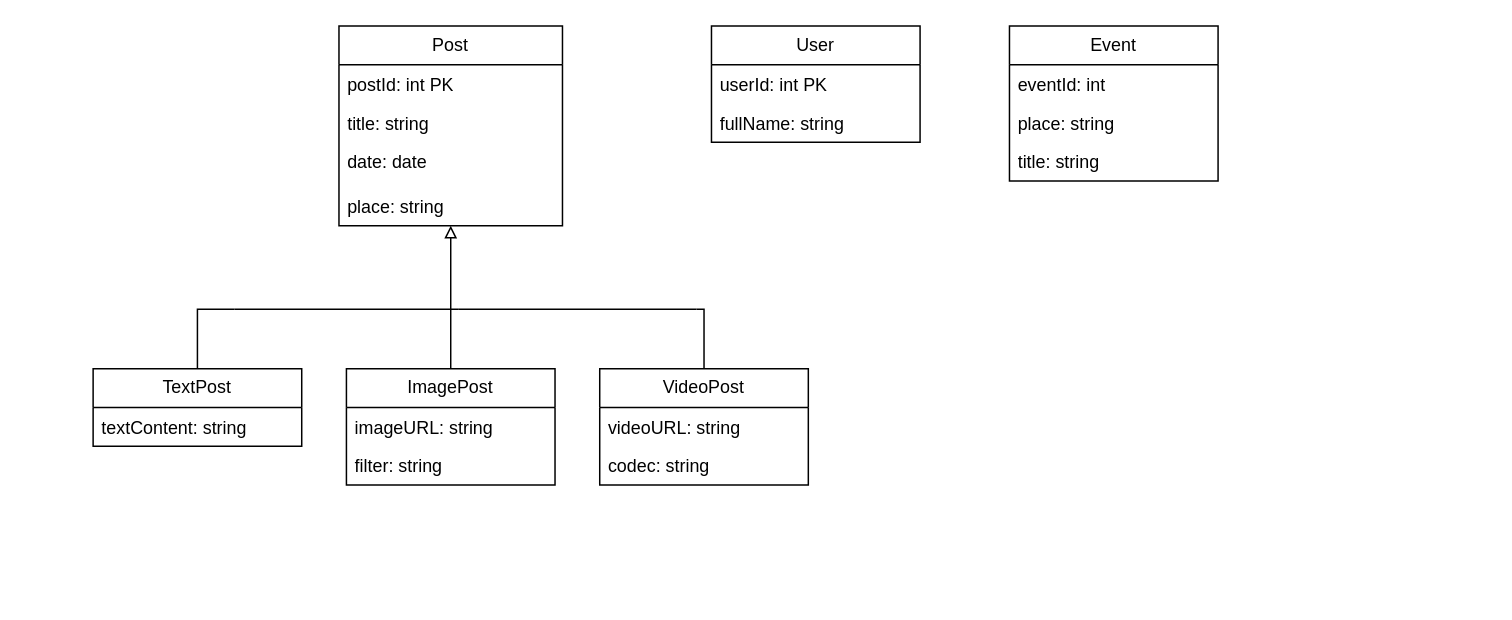
Alvinn8/DD1368 keeps this draw.io diagram as Homework 1 P plus.drawio. Above is the earlier version. Source tidied: cells renumbered, new cells numbered last; positions are measured from the earlier drawing's top-left corner, leaving out a move shared by most shapes. Both pictures are drawn from the tidied source at 149%, with x=0, y=0 at pixel (92, 25).
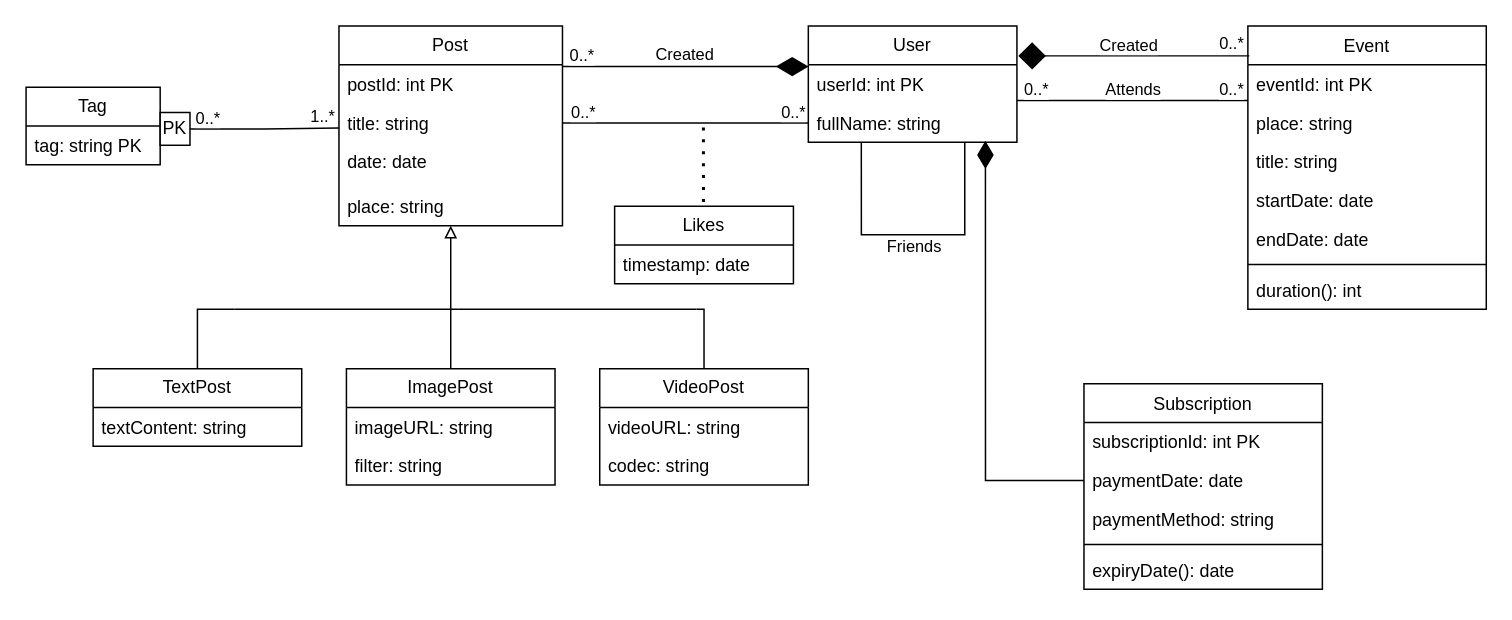
The same page after the edit.

Unchanged cells that the change refers to:
```xml
<mxCell id="2" value="Post" style="swimlane;fontStyle=0;horizontal=1;startSize=26;fillColor=none;whiteSpace=wrap;html=1;" parent="1" vertex="1">
  <mxGeometry x="165" width="150" height="134" as="geometry" />
</mxCell>
<mxCell id="4" value="title: string" style="text;strokeColor=none;fillColor=none;align=left;verticalAlign=top;spacingLeft=4;spacingRight=4;overflow=hidden;points=[[0,0.5],[1,0.5]];portConstraint=eastwest;whiteSpace=wrap;html=1;" parent="2" vertex="1">
  <mxGeometry y="52" width="150" height="26" as="geometry" />
</mxCell>
<mxCell id="21" value="userId: int PK" style="text;strokeColor=none;fillColor=none;align=left;verticalAlign=top;spacingLeft=4;spacingRight=4;overflow=hidden;points=[[0,0.5],[1,0.5]];portConstraint=eastwest;whiteSpace=wrap;html=1;" parent="20" vertex="1">
  <mxGeometry y="26" width="140" height="26" as="geometry" />
</mxCell>
<mxCell id="22" value="fullName: string" style="text;strokeColor=none;fillColor=none;align=left;verticalAlign=top;spacingLeft=4;spacingRight=4;overflow=hidden;points=[[0,0.5],[1,0.5]];portConstraint=eastwest;whiteSpace=wrap;html=1;" parent="20" vertex="1">
  <mxGeometry y="52" width="140" height="26" as="geometry" />
</mxCell>
```

What changed in the source:
```diff
@@
     <mxCell id="20" value="User" style="swimlane;fontStyle=0;horizontal=1;startSize=26;fillColor=none;whiteSpace=wrap;html=1;" parent="1" vertex="1">
-      <mxGeometry x="415" width="140" height="78" as="geometry" />
+      <mxGeometry x="480" width="140" height="78" as="geometry" />
     </mxCell>
@@
+    <mxCell id="27" style="edgeStyle=orthogonalEdgeStyle;rounded=0;jettySize=auto;html=1;entryX=0.254;entryY=0.992;entryDx=0;entryDy=0;entryPerimeter=0;endArrow=none;endFill=0;" parent="20" edge="1" source="20" target="22">
+      <mxGeometry relative="1" as="geometry">
+        <Array as="points">
+          <mxPoint x="105" y="140" />
+          <mxPoint x="36" y="140" />
+        </Array>
+      </mxGeometry>
+    </mxCell>
+    <mxCell id="28" value="Friends" style="edgeLabel;html=1;align=center;verticalAlign=middle;" parent="27" vertex="1">
+      <mxGeometry x="0.09" relative="1" as="geometry">
+        <mxPoint x="9" y="7" as="offset" />
+      </mxGeometry>
+    </mxCell>
-    <mxCell id="23" value="Event" style="swimlane;fontStyle=0;horizontal=1;startSize=26;fillColor=none;whiteSpace=wrap;html=1;" parent="1" vertex="1">
-      <mxGeometry x="615" width="140" height="104" as="geometry" />
+    <mxCell id="23" value="&lt;span style=&quot;font-weight: normal;&quot;&gt;Event&lt;/span&gt;" style="swimlane;fontStyle=1;align=center;verticalAlign=top;horizontal=1;startSize=26;whiteSpace=wrap;html=1;" parent="1" vertex="1">
+      <mxGeometry x="775" width="160" height="190" as="geometry" />
     </mxCell>
-    <mxCell id="24" value="eventId: int" style="text;strokeColor=none;fillColor=none;align=left;verticalAlign=top;spacingLeft=4;spacingRight=4;overflow=hidden;whiteSpace=wrap;html=1;" parent="23" vertex="1">
-      <mxGeometry y="26" width="140" height="26" as="geometry" />
-    </mxCell>
+    <mxCell id="29" value="eventId: int PK" style="text;strokeColor=none;fillColor=none;align=left;verticalAlign=top;spacingLeft=4;spacingRight=4;overflow=hidden;whiteSpace=wrap;html=1;" parent="23" vertex="1">
+      <mxGeometry y="26" width="160" height="26" as="geometry" />
+    </mxCell>
     <mxCell id="25" value="place: string" style="text;strokeColor=none;fillColor=none;align=left;verticalAlign=top;spacingLeft=4;spacingRight=4;overflow=hidden;whiteSpace=wrap;html=1;" parent="23" vertex="1">
-      <mxGeometry y="52" width="140" height="26" as="geometry" />
+      <mxGeometry y="52" width="160" height="26" as="geometry" />
     </mxCell>
     <mxCell id="26" value="title: string" style="text;strokeColor=none;fillColor=none;align=left;verticalAlign=top;spacingLeft=4;spacingRight=4;overflow=hidden;whiteSpace=wrap;html=1;" parent="23" vertex="1">
-      <mxGeometry y="78" width="140" height="26" as="geometry" />
+      <mxGeometry y="78" width="160" height="26" as="geometry" />
     </mxCell>
+    <mxCell id="30" value="startDate: date" style="text;strokeColor=none;fillColor=none;align=left;verticalAlign=top;spacingLeft=4;spacingRight=4;overflow=hidden;whiteSpace=wrap;html=1;" parent="23" vertex="1">
+      <mxGeometry y="104" width="160" height="26" as="geometry" />
+    </mxCell>
+    <mxCell id="31" value="endDate: date" style="text;strokeColor=none;fillColor=none;align=left;verticalAlign=top;spacingLeft=4;spacingRight=4;overflow=hidden;whiteSpace=wrap;html=1;" parent="23" vertex="1">
+      <mxGeometry y="130" width="160" height="26" as="geometry" />
+    </mxCell>
+    <mxCell id="32" style="line;strokeWidth=1;fillColor=none;align=left;verticalAlign=middle;spacingTop=-1;spacingLeft=3;spacingRight=3;labelPosition=right;strokeColor=inherit;" parent="23" vertex="1">
+      <mxGeometry y="156" width="160" height="8" as="geometry" />
+    </mxCell>
+    <mxCell id="33" value="duration(): int" style="text;strokeColor=none;fillColor=none;align=left;verticalAlign=top;spacingLeft=4;spacingRight=4;overflow=hidden;whiteSpace=wrap;html=1;" parent="23" vertex="1">
+      <mxGeometry y="164" width="160" height="26" as="geometry" />
+    </mxCell>
+    <mxCell id="34" value="&lt;span style=&quot;font-weight: normal;&quot;&gt;Subscription&lt;/span&gt;" style="swimlane;fontStyle=1;align=center;verticalAlign=top;horizontal=1;startSize=26;whiteSpace=wrap;html=1;" parent="1" vertex="1">
+      <mxGeometry x="665" y="240" width="160" height="138" as="geometry" />
+    </mxCell>
+    <mxCell id="35" value="subscriptionId: int PK" style="text;strokeColor=none;fillColor=none;align=left;verticalAlign=top;spacingLeft=4;spacingRight=4;overflow=hidden;whiteSpace=wrap;html=1;" parent="34" vertex="1">
+      <mxGeometry y="26" width="160" height="26" as="geometry" />
+    </mxCell>
+    <mxCell id="36" value="paymentDate: date" style="text;strokeColor=none;fillColor=none;align=left;verticalAlign=top;spacingLeft=4;spacingRight=4;overflow=hidden;points=[[0,0.5],[1,0.5]];portConstraint=eastwest;whiteSpace=wrap;html=1;" parent="34" vertex="1">
+      <mxGeometry y="52" width="160" height="26" as="geometry" />
+    </mxCell>
+    <mxCell id="37" value="paymentMethod: string" style="text;strokeColor=none;fillColor=none;align=left;verticalAlign=top;spacingLeft=4;spacingRight=4;overflow=hidden;whiteSpace=wrap;html=1;" parent="34" vertex="1">
+      <mxGeometry y="78" width="160" height="26" as="geometry" />
+    </mxCell>
+    <mxCell id="38" style="line;strokeWidth=1;fillColor=none;align=left;verticalAlign=middle;spacingTop=-1;spacingLeft=3;spacingRight=3;labelPosition=right;strokeColor=inherit;" parent="34" vertex="1">
+      <mxGeometry y="104" width="160" height="8" as="geometry" />
+    </mxCell>
+    <mxCell id="39" value="expiryDate(): date" style="text;strokeColor=none;fillColor=none;align=left;verticalAlign=top;spacingLeft=4;spacingRight=4;overflow=hidden;whiteSpace=wrap;html=1;" parent="34" vertex="1">
+      <mxGeometry y="112" width="160" height="26" as="geometry" />
+    </mxCell>
+    <mxCell id="40" style="edgeStyle=orthogonalEdgeStyle;rounded=0;jettySize=auto;html=1;entryX=0.001;entryY=0.045;entryDx=0;entryDy=0;entryPerimeter=0;endArrow=diamondThin;endFill=1;endSize=19;" parent="1" edge="1" source="2" target="21">
+      <mxGeometry relative="1" as="geometry">
+        <Array as="points">
+          <mxPoint x="375" y="27" />
+        </Array>
+      </mxGeometry>
+    </mxCell>
+    <mxCell id="41" value="Created" style="edgeLabel;html=1;align=center;verticalAlign=middle;" parent="40" vertex="1">
+      <mxGeometry x="-0.19" y="2" relative="1" as="geometry">
+        <mxPoint x="15" y="-7" as="offset" />
+      </mxGeometry>
+    </mxCell>
+    <mxCell id="42" value="0..*" style="edgeLabel;html=1;align=center;verticalAlign=middle;" parent="40" vertex="1">
+      <mxGeometry x="-0.91" y="1" relative="1" as="geometry">
+        <mxPoint x="5" y="-7" as="offset" />
+      </mxGeometry>
+    </mxCell>
+    <mxCell id="43" style="edgeStyle=orthogonalEdgeStyle;rounded=0;jettySize=auto;html=1;entryX=0;entryY=0.5;entryDx=0;entryDy=0;endArrow=none;endFill=0;" parent="1" edge="1" source="4" target="22">
+      <mxGeometry relative="1" as="geometry" />
+    </mxCell>
+    <mxCell id="44" value="0..*" style="edgeLabel;html=1;align=center;verticalAlign=middle;" parent="43" vertex="1">
+      <mxGeometry x="-0.88" y="3" relative="1" as="geometry">
+        <mxPoint x="3" y="-5" as="offset" />
+      </mxGeometry>
+    </mxCell>
+    <mxCell id="45" value="0..*" style="edgeLabel;html=1;align=center;verticalAlign=middle;" parent="43" vertex="1">
+      <mxGeometry x="0.9" y="1" relative="1" as="geometry">
+        <mxPoint x="-3" y="-7" as="offset" />
+      </mxGeometry>
+    </mxCell>
+    <mxCell id="46" style="endArrow=none;dashed=1;html=1;dashPattern=1 3;strokeWidth=2;rounded=0;" parent="1" edge="1">
+      <mxGeometry relative="1" as="geometry">
+        <mxPoint x="409.6" y="118" as="sourcePoint" />
+        <mxPoint x="409.6" y="68" as="targetPoint" />
+      </mxGeometry>
+    </mxCell>
+    <mxCell id="47" value="Likes" style="swimlane;fontStyle=0;horizontal=1;startSize=26;fillColor=none;whiteSpace=wrap;html=1;" parent="1" vertex="1">
+      <mxGeometry x="350" y="121" width="120" height="52" as="geometry" />
+    </mxCell>
+    <mxCell id="48" value="timestamp: date" style="text;strokeColor=none;fillColor=none;align=left;verticalAlign=top;spacingLeft=4;spacingRight=4;overflow=hidden;whiteSpace=wrap;html=1;" parent="47" vertex="1">
+      <mxGeometry y="26" width="120" height="26" as="geometry" />
+    </mxCell>
+    <mxCell id="49" value="Tag" style="swimlane;fontStyle=0;horizontal=1;startSize=26;fillColor=none;whiteSpace=wrap;html=1;" parent="1" vertex="1">
+      <mxGeometry x="-45" y="41" width="90" height="52" as="geometry" />
+    </mxCell>
+    <mxCell id="50" value="tag: string PK" style="text;strokeColor=none;fillColor=none;align=left;verticalAlign=top;spacingLeft=4;spacingRight=4;overflow=hidden;whiteSpace=wrap;html=1;" parent="49" vertex="1">
+      <mxGeometry y="26" width="90" height="26" as="geometry" />
+    </mxCell>
+    <mxCell id="51" value="PK" style="rounded=0;whiteSpace=wrap;html=1;" parent="1" vertex="1">
+      <mxGeometry x="45" y="58" width="20" height="22" as="geometry" />
+    </mxCell>
+    <mxCell id="52" style="edgeStyle=orthogonalEdgeStyle;rounded=0;jettySize=auto;html=1;entryX=0.001;entryY=0.628;entryDx=0;entryDy=0;entryPerimeter=0;endArrow=none;endFill=0;" parent="1" edge="1" source="51" target="4">
+      <mxGeometry relative="1" as="geometry" />
+    </mxCell>
+    <mxCell id="53" value="0..*" style="edgeLabel;html=1;align=center;verticalAlign=middle;" parent="52" vertex="1">
+      <mxGeometry x="-0.9" relative="1" as="geometry">
+        <mxPoint x="6" y="-8" as="offset" />
+      </mxGeometry>
+    </mxCell>
+    <mxCell id="54" value="1..*" style="edgeLabel;html=1;align=center;verticalAlign=middle;" parent="52" vertex="1">
+      <mxGeometry x="0.89" y="2" relative="1" as="geometry">
+        <mxPoint x="-6" y="-6" as="offset" />
+      </mxGeometry>
+    </mxCell>
+    <mxCell id="55" style="edgeStyle=orthogonalEdgeStyle;rounded=0;orthogonalLoop=1;jettySize=auto;html=1;entryX=0;entryY=0.5;entryDx=0;entryDy=0;endArrow=none;endFill=0;startArrow=diamond;startFill=1;endSize=6;targetPerimeterSpacing=12;sourcePerimeterSpacing=4;startSize=16;" parent="1" edge="1">
+      <mxGeometry relative="1" as="geometry">
+        <mxPoint x="621" y="20" as="sourcePoint" />
+        <mxPoint x="776" y="20" as="targetPoint" />
+      </mxGeometry>
+    </mxCell>
+    <mxCell id="56" value="Created" style="edgeLabel;html=1;align=center;verticalAlign=middle;" parent="55" vertex="1">
+      <mxGeometry x="-0.08" y="2" relative="1" as="geometry">
+        <mxPoint x="2" y="-6" as="offset" />
+      </mxGeometry>
+    </mxCell>
+    <mxCell id="57" value="0..*" style="edgeLabel;html=1;align=center;verticalAlign=middle;" parent="55" vertex="1">
+      <mxGeometry x="0.8" y="1" relative="1" as="geometry">
+        <mxPoint x="2" y="-8" as="offset" />
+      </mxGeometry>
+    </mxCell>
+    <mxCell id="58" style="edgeStyle=orthogonalEdgeStyle;rounded=0;orthogonalLoop=1;jettySize=auto;html=1;entryX=0;entryY=0.5;entryDx=0;entryDy=0;endArrow=none;endFill=0;" parent="1" edge="1">
+      <mxGeometry relative="1" as="geometry">
+        <mxPoint x="620" y="50" as="sourcePoint" />
+        <mxPoint x="775" y="50" as="targetPoint" />
+      </mxGeometry>
+    </mxCell>
+    <mxCell id="59" value="Attends" style="edgeLabel;html=1;align=center;verticalAlign=middle;" parent="58" vertex="1">
+      <mxGeometry x="-0.01" relative="1" as="geometry">
+        <mxPoint y="-8" as="offset" />
+      </mxGeometry>
+    </mxCell>
+    <mxCell id="60" value="0..*" style="edgeLabel;html=1;align=center;verticalAlign=middle;" parent="58" vertex="1">
+      <mxGeometry x="-0.84" relative="1" as="geometry">
+        <mxPoint y="-8" as="offset" />
+      </mxGeometry>
+    </mxCell>
+    <mxCell id="61" value="0..*" style="edgeLabel;html=1;align=center;verticalAlign=middle;" parent="58" vertex="1">
+      <mxGeometry x="0.85" y="1" relative="1" as="geometry">
+        <mxPoint y="-7" as="offset" />
+      </mxGeometry>
+    </mxCell>
+    <mxCell id="62" style="edgeStyle=orthogonalEdgeStyle;rounded=0;jettySize=auto;html=1;entryX=0.849;entryY=0.962;entryDx=0;entryDy=0;entryPerimeter=0;endArrow=diamondThin;endFill=1;startSize=8;endSize=16;" parent="1" edge="1" source="36" target="22">
+      <mxGeometry relative="1" as="geometry" />
+    </mxCell>
```
